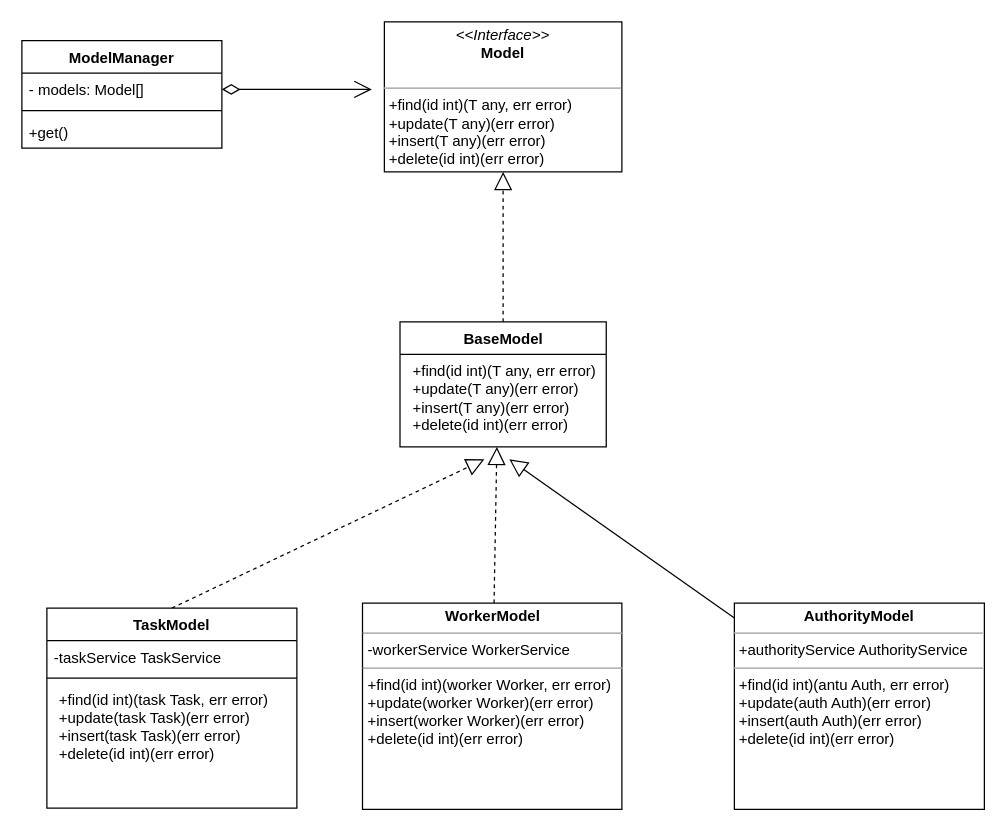
The draw.io diagram 元信息管理类图.drawio in tianshengdiwangK/common, before the edit. Source tidied: cells renumbered, new cells numbered last; positions are measured from the earlier drawing's top-left corner, leaving out a move shared by most shapes. Both pictures are drawn from the tidied source at 125%, with x=0, y=0 at pixel (21, 21).
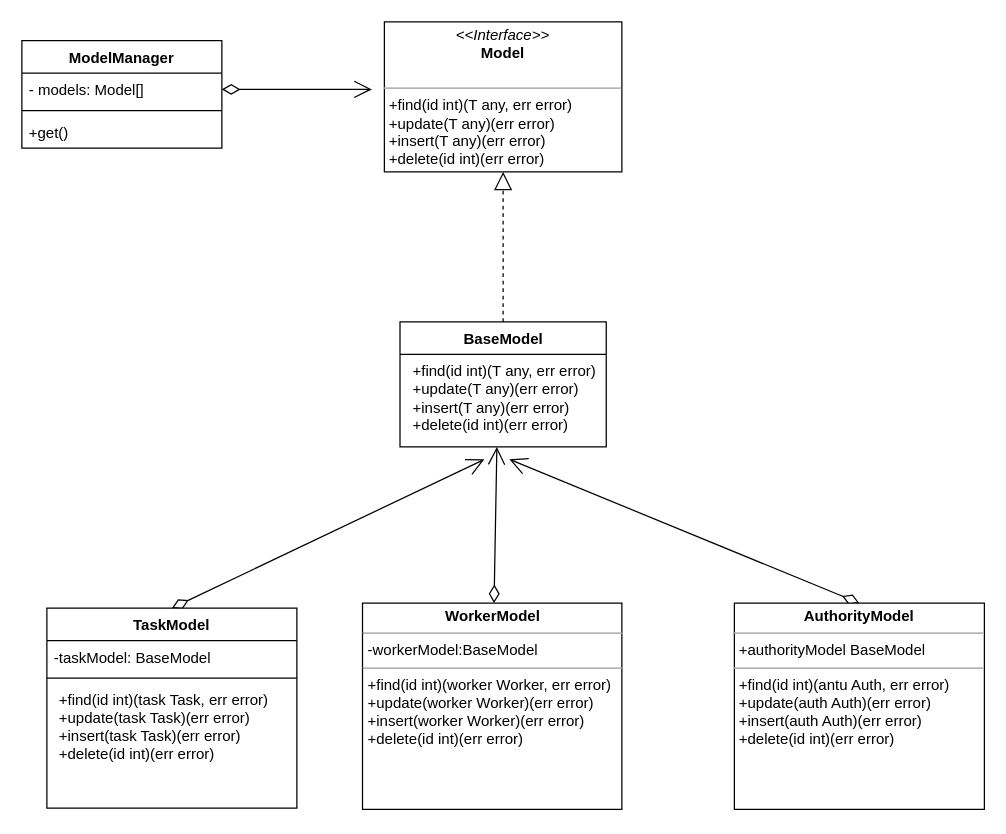
After the change.

Commit message (it also covers changes not shown here):
更新元信息管理类图.drawio

Unchanged cells that the change refers to:
```xml
<mxCell id="7" value="TaskModel" style="swimlane;fontStyle=1;align=center;verticalAlign=top;horizontal=1;startSize=26;whiteSpace=wrap;html=1;" parent="1" vertex="1">
  <mxGeometry x="20" y="469" width="200" height="160" as="geometry" />
</mxCell>
```

Diff of the diagram source:
```diff
@@
-    <mxCell id="6" style="rounded=0;jettySize=auto;html=1;exitX=0.5;exitY=0;exitDx=0;exitDy=0;endArrow=block;endFill=0;strokeWidth=1;endSize=12;dashed=1;" parent="1" edge="1" source="7">
+    <mxCell id="6" style="rounded=0;jettySize=auto;html=1;exitX=0.5;exitY=0;exitDx=0;exitDy=0;endArrow=open;endFill=0;strokeWidth=1;endSize=12;startArrow=diamondThin;startFill=0;startSize=12;" parent="1" edge="1" source="7">
       <mxGeometry relative="1" as="geometry">
         <mxPoint x="370" y="350" as="targetPoint" />
       </mxGeometry>
     </mxCell>
@@
-    <mxCell id="8" value="-taskService TaskService" style="text;strokeColor=none;fillColor=none;align=left;verticalAlign=top;spacingLeft=4;spacingRight=4;overflow=hidden;whiteSpace=wrap;html=1;" parent="7" vertex="1">
+    <mxCell id="8" value="-taskModel: BaseModel" style="text;strokeColor=none;fillColor=none;align=left;verticalAlign=top;spacingLeft=4;spacingRight=4;overflow=hidden;whiteSpace=wrap;html=1;" parent="7" vertex="1">
       <mxGeometry y="26" width="200" height="26" as="geometry" />
     </mxCell>
@@
-    <mxCell id="11" style="rounded=0;jettySize=auto;html=1;dashed=1;endSize=12;endArrow=block;endFill=0;" parent="1" edge="1" source="12">
+    <mxCell id="11" style="rounded=0;jettySize=auto;html=1;endSize=12;endArrow=open;endFill=0;startArrow=diamondThin;startFill=0;startSize=12;" parent="1" edge="1" source="12">
       <mxGeometry relative="1" as="geometry">
         <mxPoint x="380" y="340" as="targetPoint" />
       </mxGeometry>
     </mxCell>
-    <mxCell id="12" value="&lt;p style=&quot;margin:0px;margin-top:4px;text-align:center;&quot;&gt;&lt;b&gt;WorkerModel&lt;/b&gt;&lt;/p&gt;&lt;hr size=&quot;1&quot;&gt;&lt;p style=&quot;margin:0px;margin-left:4px;&quot;&gt;-workerService WorkerService&lt;/p&gt;&lt;hr size=&quot;1&quot;&gt;&lt;p style=&quot;border-color: var(--border-color); margin: 0px 0px 0px 4px;&quot;&gt;+find(id int)(worker Worker, err error)&lt;/p&gt;&lt;p style=&quot;border-color: var(--border-color); margin: 0px 0px 0px 4px;&quot;&gt;+update(worker Worker)(err error)&lt;/p&gt;&lt;p style=&quot;border-color: var(--border-color); margin: 0px 0px 0px 4px;&quot;&gt;+insert(worker Worker)(err error)&lt;/p&gt;&lt;p style=&quot;border-color: var(--border-color); margin: 0px 0px 0px 4px;&quot;&gt;+delete(id int)(err error)&lt;/p&gt;" style="verticalAlign=top;align=left;overflow=fill;fontSize=12;fontFamily=Helvetica;html=1;whiteSpace=wrap;" parent="1" vertex="1">
+    <mxCell id="12" value="&lt;p style=&quot;margin:0px;margin-top:4px;text-align:center;&quot;&gt;&lt;b&gt;WorkerModel&lt;/b&gt;&lt;/p&gt;&lt;hr size=&quot;1&quot;&gt;&lt;p style=&quot;margin:0px;margin-left:4px;&quot;&gt;-workerModel:BaseModel&lt;/p&gt;&lt;hr size=&quot;1&quot;&gt;&lt;p style=&quot;border-color: var(--border-color); margin: 0px 0px 0px 4px;&quot;&gt;+find(id int)(worker Worker, err error)&lt;/p&gt;&lt;p style=&quot;border-color: var(--border-color); margin: 0px 0px 0px 4px;&quot;&gt;+update(worker Worker)(err error)&lt;/p&gt;&lt;p style=&quot;border-color: var(--border-color); margin: 0px 0px 0px 4px;&quot;&gt;+insert(worker Worker)(err error)&lt;/p&gt;&lt;p style=&quot;border-color: var(--border-color); margin: 0px 0px 0px 4px;&quot;&gt;+delete(id int)(err error)&lt;/p&gt;" style="verticalAlign=top;align=left;overflow=fill;fontSize=12;fontFamily=Helvetica;html=1;whiteSpace=wrap;" parent="1" vertex="1">
       <mxGeometry x="272.5" y="465" width="207.5" height="165" as="geometry" />
     </mxCell>
-    <mxCell id="13" style="rounded=0;jettySize=auto;html=1;endSize=12;endArrow=block;endFill=0;" parent="1" edge="1" source="14">
+    <mxCell id="13" style="rounded=0;jettySize=auto;html=1;endSize=12;endArrow=open;endFill=0;startArrow=diamondThin;startFill=0;startSize=12;exitX=0.5;exitY=0;exitDx=0;exitDy=0;" parent="1" edge="1" source="14">
       <mxGeometry relative="1" as="geometry">
         <mxPoint x="390" y="350" as="targetPoint" />
       </mxGeometry>
     </mxCell>
-    <mxCell id="14" value="&lt;p style=&quot;margin:0px;margin-top:4px;text-align:center;&quot;&gt;&lt;b&gt;AuthorityModel&lt;/b&gt;&lt;/p&gt;&lt;hr size=&quot;1&quot;&gt;&lt;p style=&quot;margin:0px;margin-left:4px;&quot;&gt;+authorityService AuthorityService&lt;/p&gt;&lt;hr size=&quot;1&quot;&gt;&lt;p style=&quot;border-color: var(--border-color); margin: 0px 0px 0px 4px;&quot;&gt;+find(id int)(antu Auth, err error)&lt;/p&gt;&lt;p style=&quot;border-color: var(--border-color); margin: 0px 0px 0px 4px;&quot;&gt;+update(auth Auth)(err error)&lt;/p&gt;&lt;p style=&quot;border-color: var(--border-color); margin: 0px 0px 0px 4px;&quot;&gt;+insert(auth Auth)(err error)&lt;/p&gt;&lt;p style=&quot;border-color: var(--border-color); margin: 0px 0px 0px 4px;&quot;&gt;+delete(id int)(err error)&lt;/p&gt;" style="verticalAlign=top;align=left;overflow=fill;fontSize=12;fontFamily=Helvetica;html=1;whiteSpace=wrap;" parent="1" vertex="1">
+    <mxCell id="14" value="&lt;p style=&quot;margin:0px;margin-top:4px;text-align:center;&quot;&gt;&lt;b&gt;AuthorityModel&lt;/b&gt;&lt;/p&gt;&lt;hr size=&quot;1&quot;&gt;&lt;p style=&quot;margin:0px;margin-left:4px;&quot;&gt;+authorityModel BaseModel&lt;/p&gt;&lt;hr size=&quot;1&quot;&gt;&lt;p style=&quot;border-color: var(--border-color); margin: 0px 0px 0px 4px;&quot;&gt;+find(id int)(antu Auth, err error)&lt;/p&gt;&lt;p style=&quot;border-color: var(--border-color); margin: 0px 0px 0px 4px;&quot;&gt;+update(auth Auth)(err error)&lt;/p&gt;&lt;p style=&quot;border-color: var(--border-color); margin: 0px 0px 0px 4px;&quot;&gt;+insert(auth Auth)(err error)&lt;/p&gt;&lt;p style=&quot;border-color: var(--border-color); margin: 0px 0px 0px 4px;&quot;&gt;+delete(id int)(err error)&lt;/p&gt;" style="verticalAlign=top;align=left;overflow=fill;fontSize=12;fontFamily=Helvetica;html=1;whiteSpace=wrap;" parent="1" vertex="1">
       <mxGeometry x="570" y="465" width="200" height="165" as="geometry" />
     </mxCell>
```
